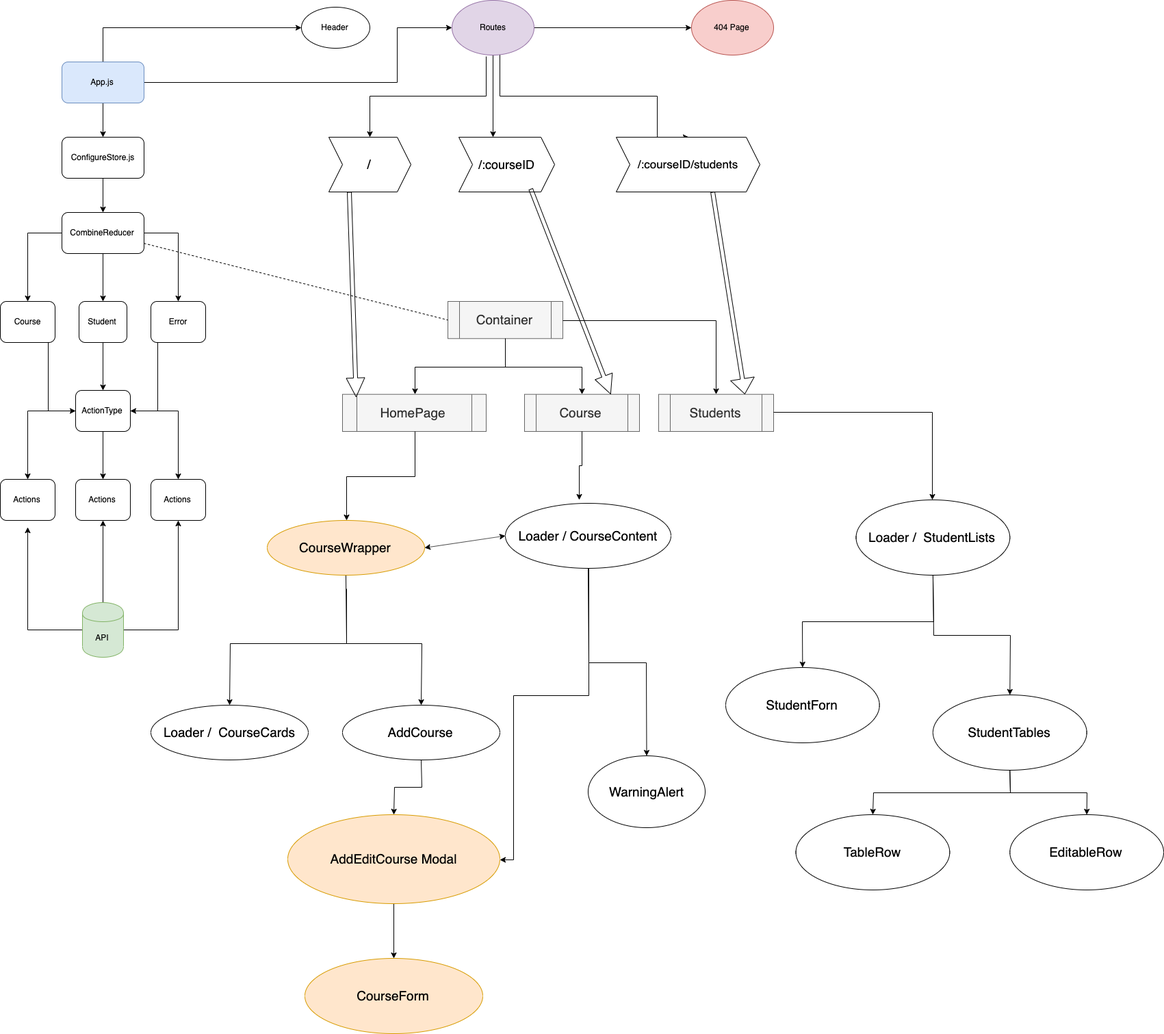
Above: Course.png in kevinqiyefa/courses (draw.io), before the change. Source tidied: cells renumbered, new cells last; positions are measured from the earlier drawing's top-left corner, leaving out a move shared by most shapes.
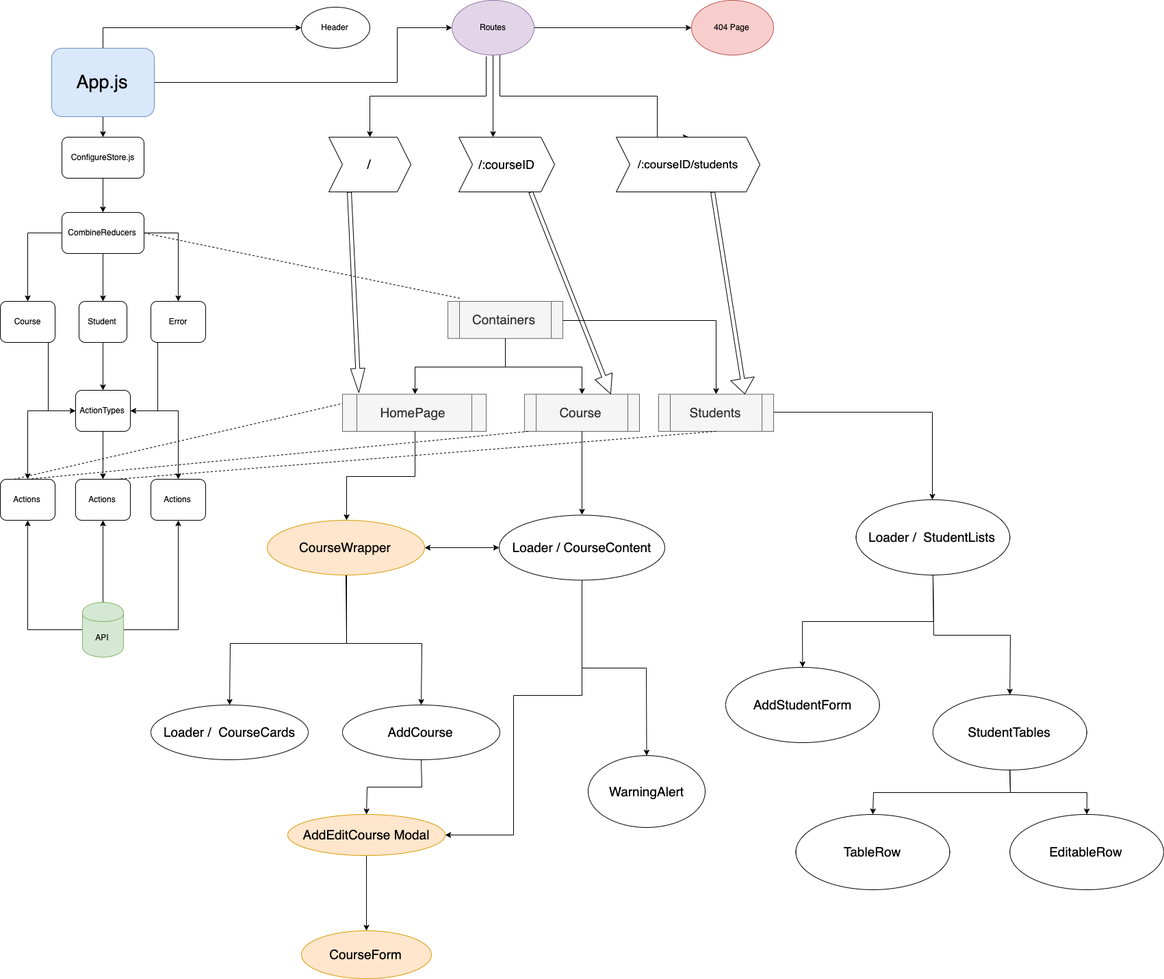
The same file after the commit.

Commit message:
update component diagram

Diff of the diagram source:
```diff
@@ -21,8 +21,8 @@
         </Array>
       </mxGeometry>
     </mxCell>
-    <mxCell id="5" value="App.js" style="rounded=1;whiteSpace=wrap;html=1;labelBackgroundColor=none;fillColor=#dae8fc;strokeColor=#6c8ebf;" parent="1" vertex="1">
-      <mxGeometry x="90" y="90" width="120" height="60" as="geometry" />
+    <mxCell id="5" value="App.js" style="rounded=1;whiteSpace=wrap;html=1;labelBackgroundColor=none;fillColor=#dae8fc;strokeColor=#6c8ebf;fontSize=27;" parent="1" vertex="1">
+      <mxGeometry x="75" y="70" width="150" height="100" as="geometry" />
     </mxCell>
     <mxCell id="6" style="edgeStyle=orthogonalEdgeStyle;rounded=0;jettySize=auto;html=1;" parent="1" edge="1" source="7" target="11">
       <mxGeometry relative="1" as="geometry" />
@@ -39,7 +39,7 @@
     <mxCell id="10" style="edgeStyle=orthogonalEdgeStyle;rounded=0;jettySize=auto;html=1;" parent="1" edge="1" source="11" target="13">
       <mxGeometry relative="1" as="geometry" />
     </mxCell>
-    <mxCell id="11" value="CombineReducer" style="rounded=1;whiteSpace=wrap;html=1;" parent="1" vertex="1">
+    <mxCell id="11" value="CombineReducers" style="rounded=1;whiteSpace=wrap;html=1;" parent="1" vertex="1">
       <mxGeometry x="90" y="310" width="120" height="60" as="geometry" />
     </mxCell>
     <mxCell id="12" style="edgeStyle=orthogonalEdgeStyle;rounded=0;jettySize=auto;html=1;entryX=1;entryY=0.5;entryDx=0;entryDy=0;" parent="1" edge="1" source="13" target="21">
@@ -77,7 +77,7 @@
     <mxCell id="20" style="edgeStyle=orthogonalEdgeStyle;rounded=0;jettySize=auto;html=1;" parent="1" edge="1" source="21" target="22">
       <mxGeometry relative="1" as="geometry" />
     </mxCell>
-    <mxCell id="21" value="ActionType" style="rounded=1;whiteSpace=wrap;html=1;" parent="1" vertex="1">
+    <mxCell id="21" value="ActionTypes" style="rounded=1;whiteSpace=wrap;html=1;" parent="1" vertex="1">
       <mxGeometry x="110" y="570" width="80" height="60" as="geometry" />
     </mxCell>
     <mxCell id="22" value="Actions" style="rounded=1;whiteSpace=wrap;html=1;" parent="1" vertex="1">
@@ -89,10 +89,8 @@
     <mxCell id="24" value="Actions" style="rounded=1;whiteSpace=wrap;html=1;" parent="1" vertex="1">
       <mxGeometry y="700" width="80" height="60" as="geometry" />
     </mxCell>
-    <mxCell id="25" style="edgeStyle=orthogonalEdgeStyle;rounded=0;jettySize=auto;html=1;" parent="1" edge="1" source="28">
-      <mxGeometry relative="1" as="geometry">
-        <mxPoint x="40" y="770" as="targetPoint" />
-      </mxGeometry>
+    <mxCell id="25" style="edgeStyle=orthogonalEdgeStyle;rounded=0;jettySize=auto;html=1;entryX=0.5;entryY=1;entryDx=0;entryDy=0;" parent="1" edge="1" source="28" target="24">
+      <mxGeometry relative="1" as="geometry" />
     </mxCell>
     <mxCell id="26" style="edgeStyle=orthogonalEdgeStyle;rounded=0;jettySize=auto;html=1;entryX=0.5;entryY=1;entryDx=0;entryDy=0;" parent="1" edge="1" source="28" target="22">
       <mxGeometry relative="1" as="geometry" />
@@ -148,7 +146,7 @@
     <mxCell id="39" style="group;" parent="1" vertex="1">
       <mxGeometry x="500" y="440" width="630" height="190" as="geometry" />
     </mxCell>
-    <mxCell id="40" value="Container" style="shape=process;whiteSpace=wrap;html=1;backgroundOutline=1;labelBackgroundColor=none;fontSize=19;fillColor=#f5f5f5;strokeColor=#666666;fontColor=#333333;" parent="39" vertex="1">
+    <mxCell id="40" value="Containers" style="shape=process;whiteSpace=wrap;html=1;backgroundOutline=1;labelBackgroundColor=none;fontSize=19;fillColor=#f5f5f5;strokeColor=#666666;fontColor=#333333;" parent="39" vertex="1">
       <mxGeometry x="154" width="168" height="54.3" as="geometry" />
     </mxCell>
     <mxCell id="41" value="Students" style="shape=process;whiteSpace=wrap;html=1;backgroundOutline=1;labelBackgroundColor=none;fontSize=19;fillColor=#f5f5f5;strokeColor=#666666;fontColor=#333333;" parent="39" vertex="1">
@@ -169,7 +167,7 @@
     <mxCell id="46" style="edgeStyle=orthogonalEdgeStyle;rounded=0;jettySize=auto;html=1;fontSize=19;" parent="39" edge="1" source="40" target="45">
       <mxGeometry relative="1" as="geometry" />
     </mxCell>
-    <mxCell id="47" style="endArrow=none;dashed=1;html=1;fontSize=19;entryX=0;entryY=0.5;entryDx=0;entryDy=0;" parent="1" edge="1" source="11" target="40">
+    <mxCell id="47" style="endArrow=none;dashed=1;html=1;fontSize=19;entryX=0;entryY=0.25;entryDx=0;entryDy=0;exitX=0.25;exitY=0;exitDx=0;exitDy=0;" parent="1" edge="1" source="24" target="45">
       <mxGeometry relative="1" as="geometry" />
     </mxCell>
     <mxCell id="48" style="edgeStyle=orthogonalEdgeStyle;rounded=0;jettySize=auto;html=1;fontSize=19;" parent="1" edge="1" source="50" target="53">
@@ -180,9 +178,8 @@
         </Array>
       </mxGeometry>
     </mxCell>
-    <mxCell id="49" style="edgeStyle=orthogonalEdgeStyle;rounded=0;jettySize=auto;html=1;fontSize=19;" parent="1" edge="1" target="51">
+    <mxCell id="49" style="edgeStyle=orthogonalEdgeStyle;rounded=0;jettySize=auto;html=1;fontSize=19;exitX=0.5;exitY=1;exitDx=0;exitDy=0;" parent="1" edge="1" source="50" target="51">
       <mxGeometry relative="1" as="geometry">
-        <mxPoint x="506" y="860" as="sourcePoint" />
         <Array as="points">
           <mxPoint x="506" y="940" />
           <mxPoint x="336" y="940" />
@@ -205,20 +202,20 @@
       <mxGeometry relative="1" as="geometry" />
     </mxCell>
     <mxCell id="55" value="AddEditCourse Modal" style="ellipse;whiteSpace=wrap;html=1;labelBackgroundColor=none;fontSize=19;fillColor=#ffe6cc;strokeColor=#d79b00;" parent="1" vertex="1">
-      <mxGeometry x="420" y="1190" width="310" height="130" as="geometry" />
+      <mxGeometry x="420" y="1190" width="230" height="60" as="geometry" />
     </mxCell>
     <mxCell id="56" value="CourseForm" style="ellipse;whiteSpace=wrap;html=1;labelBackgroundColor=none;fontSize=19;fillColor=#ffe6cc;strokeColor=#d79b00;" parent="1" vertex="1">
-      <mxGeometry x="445" y="1400" width="260" height="110" as="geometry" />
+      <mxGeometry x="440" y="1360" width="190" height="70" as="geometry" />
     </mxCell>
     <mxCell id="57" style="edgeStyle=orthogonalEdgeStyle;rounded=0;jettySize=auto;html=1;fontSize=19;entryX=0.5;entryY=0;entryDx=0;entryDy=0;" parent="1" edge="1" source="45" target="50">
       <mxGeometry relative="1" as="geometry" />
     </mxCell>
-    <mxCell id="58" style="shape=flexArrow;endArrow=classic;html=1;fontSize=19;exitX=0.25;exitY=1;exitDx=0;exitDy=0;width=6;endSize=8.9;entryX=0.095;entryY=0.079;entryDx=0;entryDy=0;entryPerimeter=0;" parent="1" edge="1" source="35" target="45">
+    <mxCell id="58" style="shape=flexArrow;endArrow=classic;html=1;fontSize=19;exitX=0.25;exitY=1;exitDx=0;exitDy=0;width=6;endSize=11.48;endWidth=14;entryX=0.114;entryY=-0.032;entryDx=0;entryDy=0;entryPerimeter=0;" parent="1" edge="1" source="35" target="45">
       <mxGeometry relative="1" as="geometry" />
     </mxCell>
-    <mxCell id="59" style="shape=flexArrow;endArrow=classic;html=1;fontSize=19;exitX=0.25;exitY=1;exitDx=0;exitDy=0;width=6;endSize=8.9;entryX=0.75;entryY=0;entryDx=0;entryDy=0;" parent="1" edge="1" target="43">
+    <mxCell id="59" style="shape=flexArrow;endArrow=classic;html=1;fontSize=19;width=6;endSize=8.9;entryX=0.75;entryY=0;entryDx=0;entryDy=0;" parent="1" edge="1" target="43">
       <mxGeometry relative="1" as="geometry">
-        <mxPoint x="775" y="275.5" as="sourcePoint" />
+        <mxPoint x="775" y="280" as="sourcePoint" />
       </mxGeometry>
     </mxCell>
     <mxCell id="60" style="shape=flexArrow;endArrow=classic;html=1;fontSize=19;exitX=0.25;exitY=1;exitDx=0;exitDy=0;width=6;endSize=7.12;entryX=0.75;entryY=0;entryDx=0;entryDy=0;endWidth=28;" parent="1" edge="1" target="41">
@@ -229,9 +226,9 @@
     <mxCell id="61" style="edgeStyle=orthogonalEdgeStyle;rounded=0;jettySize=auto;html=1;fontSize=19;entryX=1;entryY=0.5;entryDx=0;entryDy=0;exitX=0.5;exitY=1;exitDx=0;exitDy=0;" parent="1" edge="1" source="63" target="55">
       <mxGeometry relative="1" as="geometry">
         <Array as="points">
-          <mxPoint x="860" y="1016" />
+          <mxPoint x="850" y="1016" />
           <mxPoint x="750" y="1016" />
-          <mxPoint x="750" y="1256" />
+          <mxPoint x="750" y="1220" />
         </Array>
       </mxGeometry>
     </mxCell>
@@ -239,15 +236,13 @@
       <mxGeometry relative="1" as="geometry" />
     </mxCell>
     <mxCell id="63" value="Loader / CourseContent" style="ellipse;whiteSpace=wrap;html=1;labelBackgroundColor=none;fontSize=19;" parent="1" vertex="1">
-      <mxGeometry x="738" y="735" width="242" height="95" as="geometry" />
+      <mxGeometry x="729" y="752.5" width="242" height="95" as="geometry" />
     </mxCell>
     <mxCell id="64" value="WarningAlert" style="ellipse;whiteSpace=wrap;html=1;labelBackgroundColor=none;fontSize=19;" parent="1" vertex="1">
       <mxGeometry x="859" y="1104" width="171" height="105" as="geometry" />
     </mxCell>
-    <mxCell id="65" style="edgeStyle=orthogonalEdgeStyle;rounded=0;jettySize=auto;html=1;fontSize=19;" parent="1" edge="1" source="43">
-      <mxGeometry relative="1" as="geometry">
-        <mxPoint x="846" y="730" as="targetPoint" />
-      </mxGeometry>
+    <mxCell id="65" style="edgeStyle=orthogonalEdgeStyle;rounded=0;jettySize=auto;html=1;fontSize=19;entryX=0.5;entryY=0;entryDx=0;entryDy=0;" parent="1" edge="1" source="43" target="63">
+      <mxGeometry relative="1" as="geometry" />
     </mxCell>
     <mxCell id="66" style="endArrow=classic;startArrow=classic;html=1;fontSize=19;entryX=0;entryY=0.5;entryDx=0;entryDy=0;exitX=1;exitY=0.5;exitDx=0;exitDy=0;" parent="1" edge="1" source="50" target="63">
       <mxGeometry relative="1" as="geometry" />
@@ -279,11 +274,22 @@
     <mxCell id="75" style="edgeStyle=orthogonalEdgeStyle;rounded=0;jettySize=auto;html=1;fontSize=19;" parent="68" edge="1" source="70" target="74">
       <mxGeometry relative="1" as="geometry" />
     </mxCell>
-    <mxCell id="76" value="StudentForn" style="ellipse;whiteSpace=wrap;html=1;labelBackgroundColor=none;fontSize=19;" parent="68" vertex="1">
+    <mxCell id="76" value="AddStudentForm" style="ellipse;whiteSpace=wrap;html=1;labelBackgroundColor=none;fontSize=19;" parent="68" vertex="1">
       <mxGeometry y="245" width="224.7" height="110" as="geometry" />
     </mxCell>
     <mxCell id="77" style="edgeStyle=orthogonalEdgeStyle;rounded=0;jettySize=auto;html=1;fontSize=19;" parent="68" edge="1" source="69" target="76">
       <mxGeometry relative="1" as="geometry" />
     </mxCell>
+    <mxCell id="78" style="endArrow=none;dashed=1;html=1;fontSize=19;exitX=0.5;exitY=0;exitDx=0;exitDy=0;" parent="1" edge="1" source="24">
+      <mxGeometry relative="1" as="geometry">
+        <mxPoint x="772" y="630" as="targetPoint" />
+      </mxGeometry>
+    </mxCell>
+    <mxCell id="79" style="endArrow=none;dashed=1;html=1;fontSize=19;entryX=0.5;entryY=1;entryDx=0;entryDy=0;exitX=0.75;exitY=0;exitDx=0;exitDy=0;" parent="1" edge="1" source="22" target="41">
+      <mxGeometry relative="1" as="geometry" />
+    </mxCell>
+    <mxCell id="80" style="endArrow=none;dashed=1;html=1;fontSize=19;exitX=1;exitY=0.5;exitDx=0;exitDy=0;entryX=0.119;entryY=-0.074;entryDx=0;entryDy=0;entryPerimeter=0;" parent="1" edge="1" source="11" target="40">
+      <mxGeometry relative="1" as="geometry" />
+    </mxCell>
   </root>
 </mxGraphModel>
```
